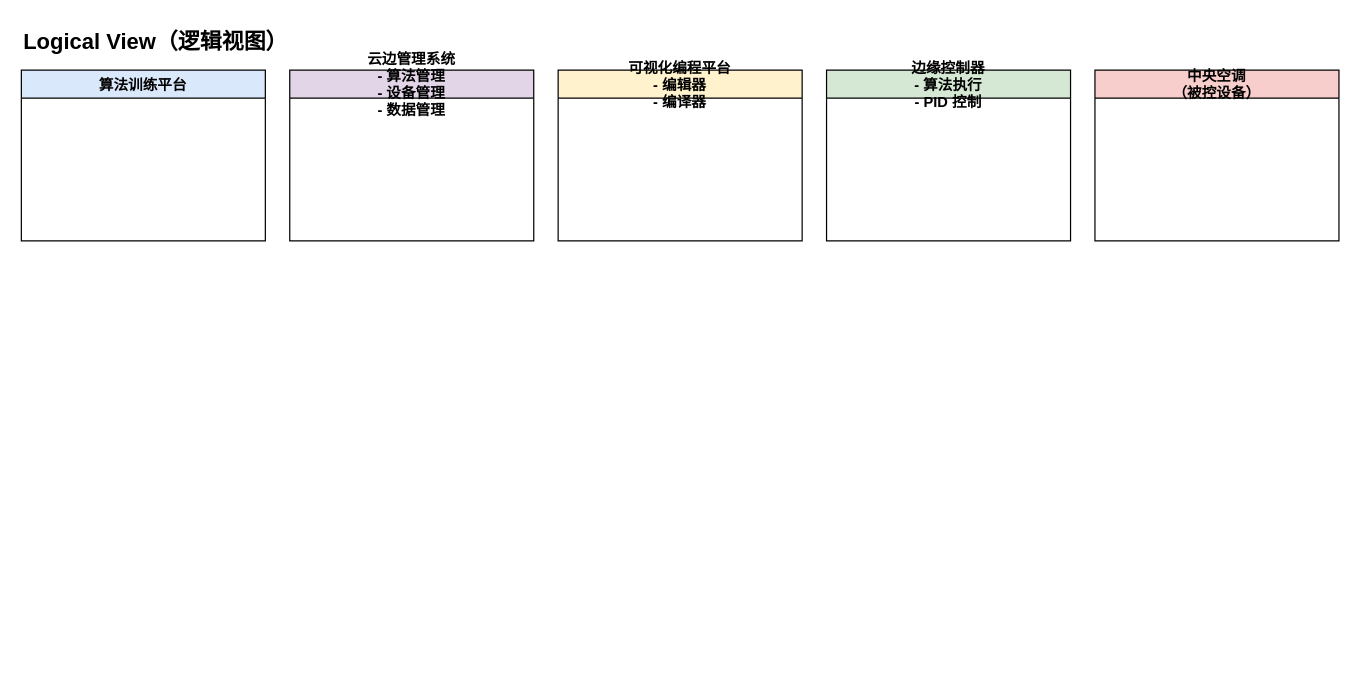
This is 架构图-one.drawio from mailliw2010/i-800, a draw.io file, before an edit. Source tidied: cells renumbered, new cells numbered last; positions are measured from the earlier drawing's top-left corner, leaving out a move shared by most shapes. Both pictures are drawn from the tidied source at 122%, with x=0, y=0 at pixel (21, 21).
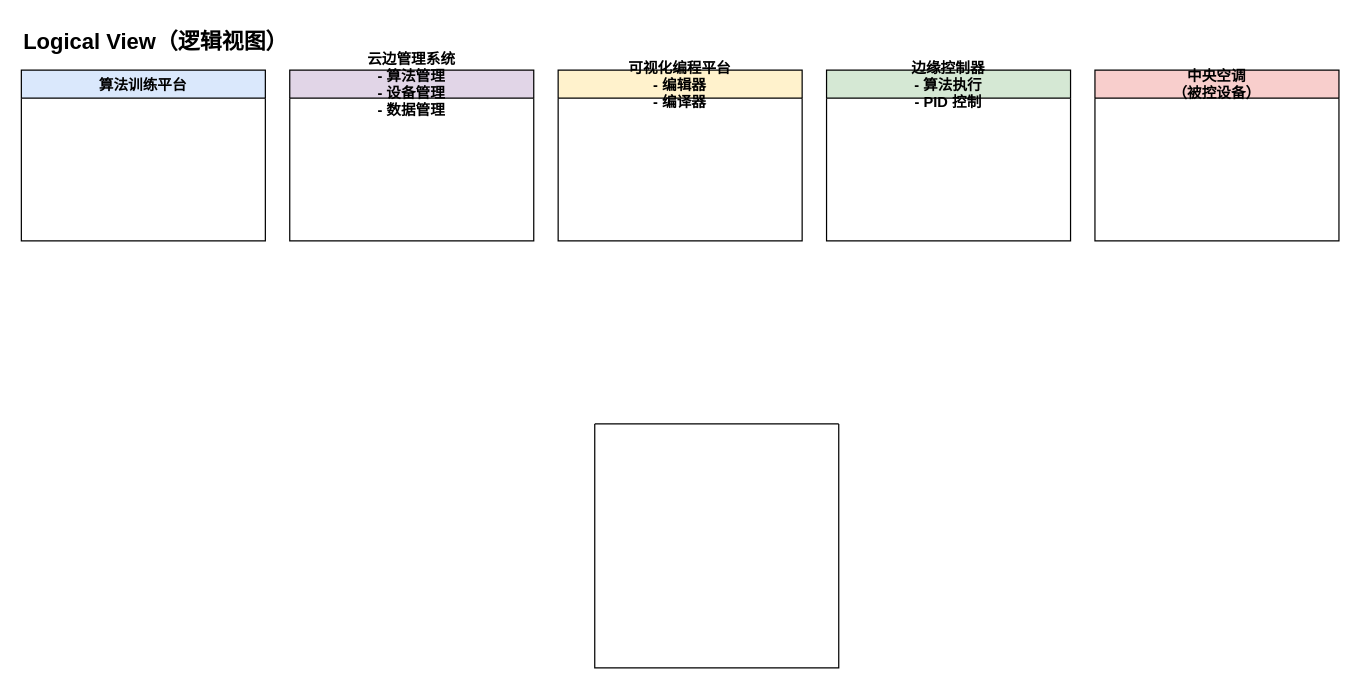
After the change.

Commit message:
更新架构图-one.drawio

What changed in the source:
```diff
@@
 <mxGraphModel>
   <root>
     <mxCell id="0" />
     <mxCell id="1" parent="0" />
     <mxCell id="2" value="Logical View（逻辑视图）" style="text;html=1;fontSize=18;fontStyle=1;" parent="1" vertex="1">
       <mxGeometry width="300" height="30" as="geometry" />
     </mxCell>
     <mxCell id="3" value="算法训练平台" style="swimlane;fillColor=#dae8fc;" parent="1" vertex="1">
       <mxGeometry y="40" width="200" height="140" as="geometry" />
     </mxCell>
     <mxCell id="4" value="云边管理系统&#10;- 算法管理&#10;- 设备管理&#10;- 数据管理" style="swimlane;fillColor=#e1d5e7;" parent="1" vertex="1">
       <mxGeometry x="220" y="40" width="200" height="140" as="geometry" />
     </mxCell>
     <mxCell id="5" value="可视化编程平台&#10;- 编辑器&#10;- 编译器" style="swimlane;fillColor=#fff2cc;" parent="1" vertex="1">
       <mxGeometry x="440" y="40" width="200" height="140" as="geometry" />
     </mxCell>
     <mxCell id="6" value="边缘控制器&#10;- 算法执行&#10;- PID 控制" style="swimlane;fillColor=#d5e8d4;" parent="1" vertex="1">
       <mxGeometry x="660" y="40" width="200" height="140" as="geometry" />
     </mxCell>
     <mxCell id="7" value="中央空调&#10;（被控设备）" style="swimlane;fillColor=#f8cecc;" parent="1" vertex="1">
       <mxGeometry x="880" y="40" width="200" height="140" as="geometry" />
     </mxCell>
+    <mxCell id="8" style="swimlane;startSize=0;" parent="1" vertex="1">
+      <mxGeometry x="470" y="330" width="200" height="200" as="geometry" />
+    </mxCell>
   </root>
 </mxGraphModel>
```
